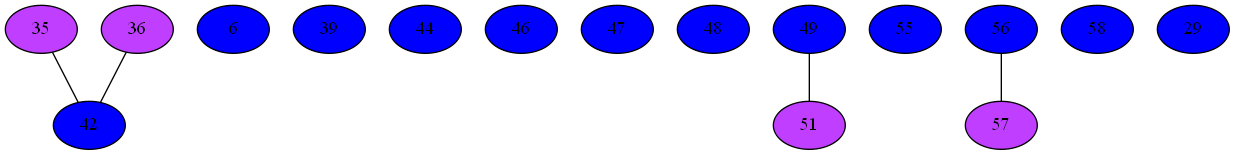
This is Compiler/16iGraph.png from mbajaj92/Project-Astoria, a Graphviz export, as it was before one commit. Its source is kept beside it as Compiler/16iGraph.dot.
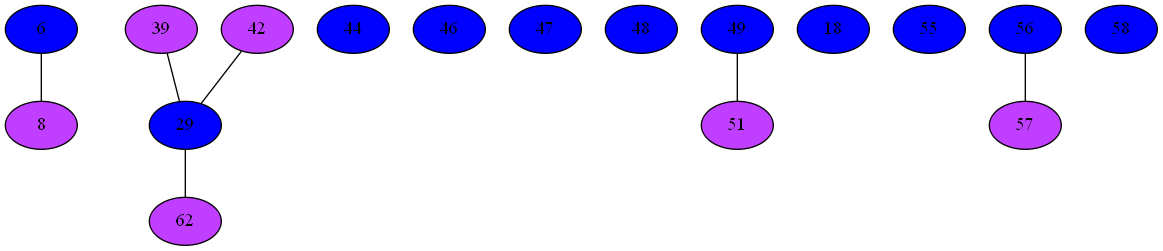
Later version of the same file.

Change to the diagram source:
```diff
@@ -1,19 +1,19 @@
 strict graph {
-35[label="35" style=filled fillcolor="darkorchid1"];
-35 -- 42
-36[label="36" style=filled fillcolor="darkorchid1"];
-36 -- 42
 6[label="6" style=filled fillcolor="blue1"];
-39[label="39" style=filled fillcolor="blue1"];
-42[label="42" style=filled fillcolor="blue1"];
-42 -- 35
-42 -- 36
+6 -- 8
+39[label="39" style=filled fillcolor="darkorchid1"];
+39 -- 29
+8[label="8" style=filled fillcolor="darkorchid1"];
+8 -- 6
+42[label="42" style=filled fillcolor="darkorchid1"];
+42 -- 29
 44[label="44" style=filled fillcolor="blue1"];
 46[label="46" style=filled fillcolor="blue1"];
 47[label="47" style=filled fillcolor="blue1"];
 48[label="48" style=filled fillcolor="blue1"];
 49[label="49" style=filled fillcolor="blue1"];
 49 -- 51
+18[label="18" style=filled fillcolor="blue1"];
 51[label="51" style=filled fillcolor="darkorchid1"];
 51 -- 49
 55[label="55" style=filled fillcolor="blue1"];
@@ -23,4 +23,9 @@
 57 -- 56
 58[label="58" style=filled fillcolor="blue1"];
 29[label="29" style=filled fillcolor="blue1"];
+29 -- 39
+29 -- 42
+29 -- 62
+62[label="62" style=filled fillcolor="darkorchid1"];
+62 -- 29
 }
```
